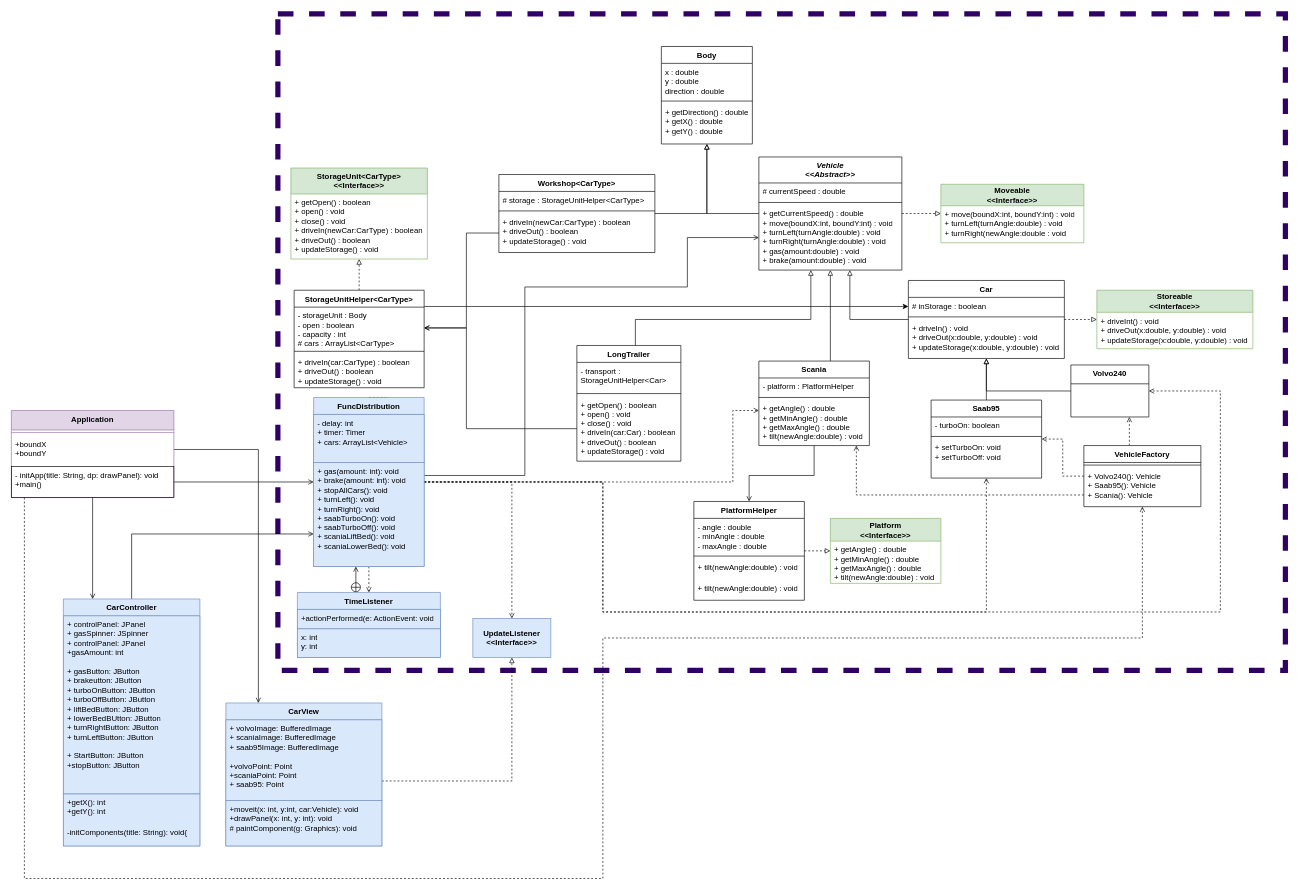
The draw.io diagram Labb3superpost.drawio in ErikFogelstrand/lab1-riktig, before the edit. Source tidied: cells renumbered, new cells numbered last; positions are measured from the earlier drawing's top-left corner, leaving out a move shared by most shapes. Both pictures are drawn from the tidied source at 65%, with x=0, y=0 at pixel (11, 14).
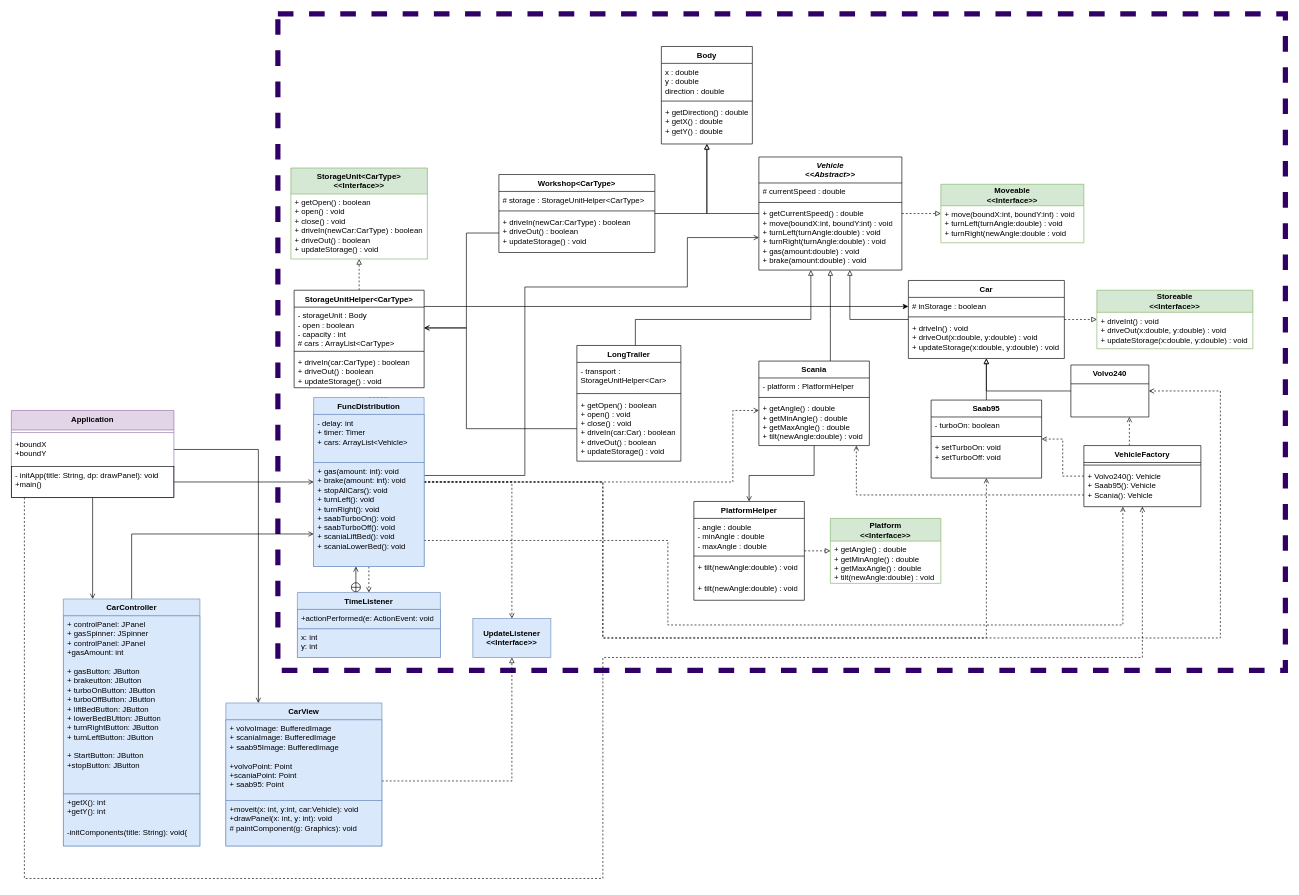
After the change.

The change refers to these unchanged cells:
```xml
<mxCell id="19" value="FuncDistribution" style="swimlane;fontStyle=1;align=center;verticalAlign=top;horizontal=1;startSize=26;whiteSpace=wrap;html=1;fillColor=#dae8fc;strokeColor=#6c8ebf;" parent="1" vertex="1">
  <mxGeometry x="465" y="590" width="170" height="260" as="geometry" />
</mxCell>
<mxCell id="37" value="&lt;div&gt;Saab95&lt;/div&gt;" style="swimlane;fontStyle=1;align=center;verticalAlign=top;horizontal=1;startSize=26;whiteSpace=wrap;html=1;" parent="1" vertex="1">
  <mxGeometry x="1415" y="594" width="170" height="120" as="geometry" />
</mxCell>
<mxCell id="42" value="&lt;div&gt;Volvo240&lt;/div&gt;" style="swimlane;fontStyle=1;align=center;verticalAlign=top;horizontal=1;startSize=29;whiteSpace=wrap;html=1;" parent="1" vertex="1">
  <mxGeometry x="1630" y="540" width="120" height="80" as="geometry" />
</mxCell>
<mxCell id="90" value="Application" style="swimlane;fontStyle=1;align=center;verticalAlign=top;horizontal=1;startSize=30;whiteSpace=wrap;html=1;fillColor=#e1d5e7;strokeColor=#9673a6;" parent="1" vertex="1">
  <mxGeometry y="610" width="250" height="134" as="geometry" />
</mxCell>
<mxCell id="97" value="VehicleFactory" style="swimlane;fontStyle=1;align=center;verticalAlign=top;horizontal=1;startSize=26;whiteSpace=wrap;html=1;" parent="1" vertex="1">
  <mxGeometry x="1650" y="664" width="180" height="94" as="geometry" />
</mxCell>
```

Diff of the diagram source:
```diff
@@
     <mxCell id="13" style="edgeStyle=orthogonalEdgeStyle;rounded=0;jettySize=auto;html=1;endArrow=open;endFill=0;dashed=1;exitX=1;exitY=0.5;exitDx=0;exitDy=0;" parent="1" edge="1" source="19" target="37">
       <mxGeometry relative="1" as="geometry">
         <Array as="points">
           <mxPoint x="910" y="720" />
-          <mxPoint x="910" y="920" />
-          <mxPoint x="1500" y="920" />
+          <mxPoint x="910" y="960" />
+          <mxPoint x="1500" y="960" />
         </Array>
       </mxGeometry>
     </mxCell>
@@
     <mxCell id="16" style="edgeStyle=orthogonalEdgeStyle;rounded=0;jettySize=auto;html=1;dashed=1;endArrow=open;endFill=0;exitX=1;exitY=0.5;exitDx=0;exitDy=0;" parent="1" edge="1" source="19" target="42">
       <mxGeometry relative="1" as="geometry">
         <Array as="points">
           <mxPoint x="910" y="720" />
-          <mxPoint x="910" y="920" />
-          <mxPoint x="1860" y="920" />
+          <mxPoint x="910" y="960" />
+          <mxPoint x="1860" y="960" />
           <mxPoint x="1860" y="580" />
         </Array>
       </mxGeometry>
     </mxCell>
@@
+    <mxCell id="100" style="edgeStyle=orthogonalEdgeStyle;rounded=0;jettySize=auto;html=1;dashed=1;endArrow=open;endFill=0;" parent="1" edge="1" source="19" target="97">
+      <mxGeometry relative="1" as="geometry">
+        <Array as="points">
+          <mxPoint x="1010" y="810" />
+          <mxPoint x="1010" y="940" />
+          <mxPoint x="1710" y="940" />
+        </Array>
+      </mxGeometry>
+    </mxCell>
@@
     <mxCell id="89" style="edgeStyle=orthogonalEdgeStyle;rounded=0;jettySize=auto;html=1;dashed=1;endArrow=open;endFill=0;" parent="1" edge="1" source="90" target="97">
       <mxGeometry relative="1" as="geometry">
         <Array as="points">
           <mxPoint x="20" y="1330" />
           <mxPoint x="910" y="1330" />
-          <mxPoint x="910" y="960" />
-          <mxPoint x="1740" y="960" />
+          <mxPoint x="910" y="990" />
+          <mxPoint x="1740" y="990" />
         </Array>
       </mxGeometry>
     </mxCell>
```
